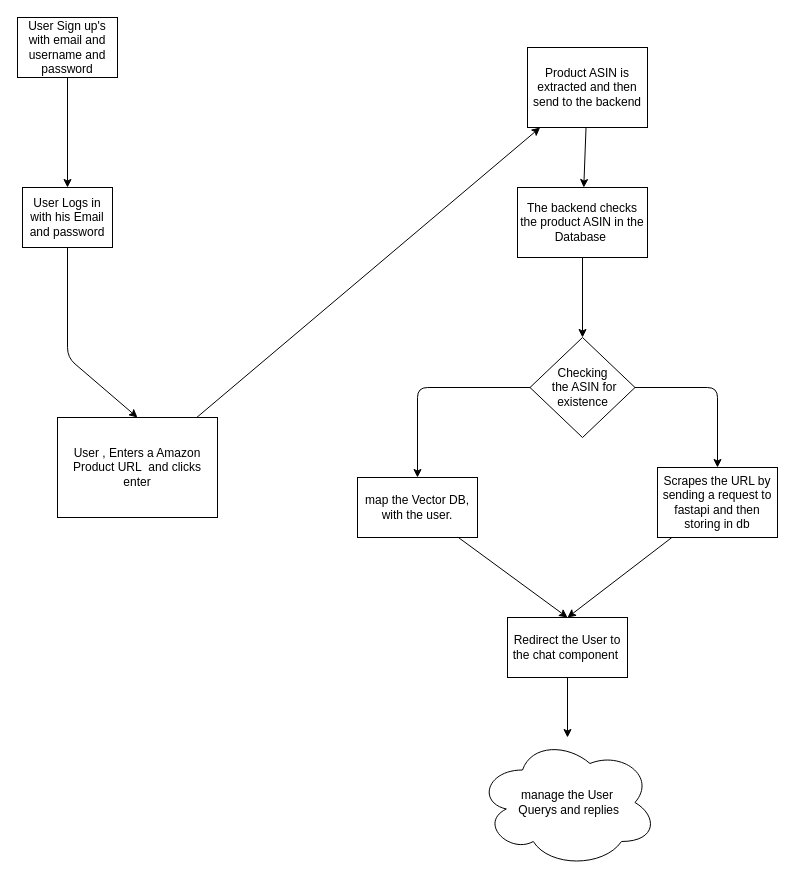
Before: architecture.dio in tanishdhariwal/ReviewBotWeb, a draw.io diagram. Source tidied: cells renumbered, new cells numbered last; positions are measured from the earlier drawing's top-left corner, leaving out a move shared by most shapes. Both pictures are drawn from the tidied source at 100%, with x=0, y=0 at pixel (17, 17).
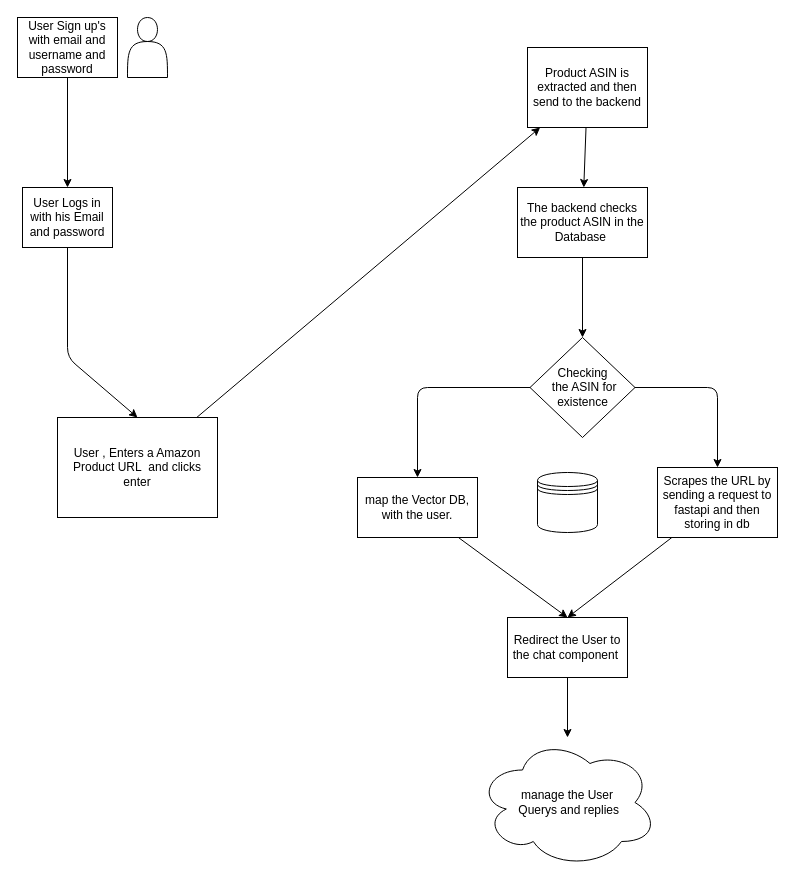
After the change.

What changed in the source:
```diff
@@
+    <mxCell id="22" style="shape=actor;whiteSpace=wrap;html=1;" parent="1" vertex="1">
+      <mxGeometry x="110" width="40" height="60" as="geometry" />
+    </mxCell>
+    <mxCell id="23" style="shape=datastore;whiteSpace=wrap;html=1;" parent="1" vertex="1">
+      <mxGeometry x="520" y="455" width="60" height="60" as="geometry" />
+    </mxCell>
```
